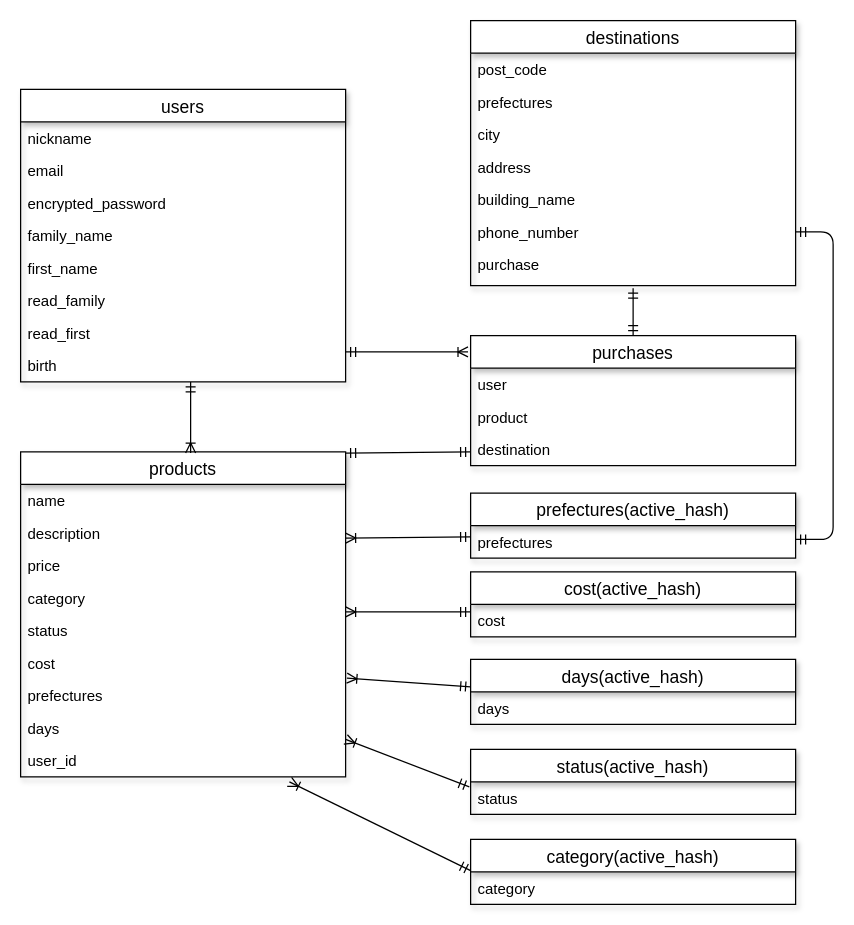
Earlier version of the draw.io diagram test.dio (mt1107056/furima-34768). Source tidied: cells renumbered, new cells numbered last; positions are measured from the earlier drawing's top-left corner, leaving out a move shared by most shapes. Both pictures are drawn from the tidied source at 125%, with x=0, y=0 at pixel (20, 20).
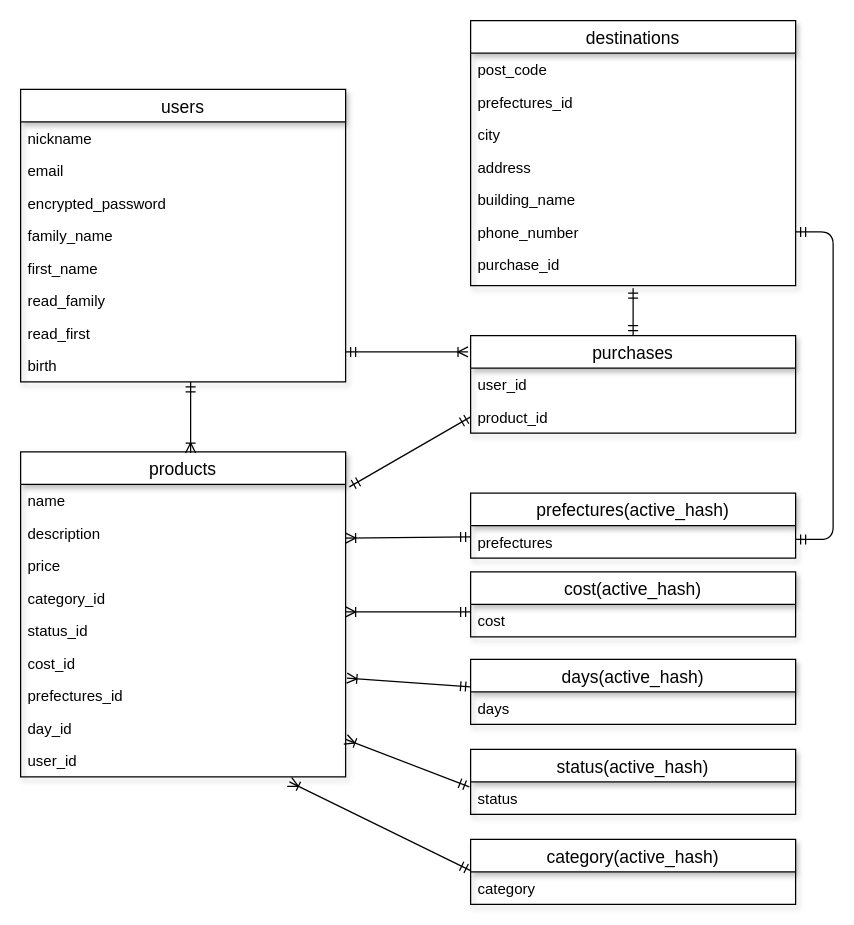
Above is the later version.

Commit message (it also covers changes not shown here):
テーブル設計（修正②）

The change refers to these unchanged cells:
```xml
<mxCell id="11" value="products" style="swimlane;fontStyle=0;horizontal=1;startSize=26;align=center;fontSize=14;shadow=1;" parent="1" vertex="1">
  <mxGeometry y="345" width="260" height="260" as="geometry" />
</mxCell>
<mxCell id="22" value="destinations" style="swimlane;fontStyle=0;horizontal=1;startSize=26;align=center;fontSize=14;shadow=1;" parent="1" vertex="1">
  <mxGeometry x="360" width="260" height="212" as="geometry" />
</mxCell>
```

What changed in the source:
```diff
@@
-    <mxCell id="15" value="category" style="text;strokeColor=none;fillColor=none;spacingLeft=4;spacingRight=4;overflow=hidden;fontSize=12;" parent="11" vertex="1">
+    <mxCell id="15" value="category_id" style="text;strokeColor=none;fillColor=none;spacingLeft=4;spacingRight=4;overflow=hidden;fontSize=12;" parent="11" vertex="1">
       <mxGeometry y="104" width="260" height="26" as="geometry" />
     </mxCell>
-    <mxCell id="16" value="status" style="text;strokeColor=none;fillColor=none;spacingLeft=4;spacingRight=4;overflow=hidden;fontSize=12;" parent="11" vertex="1">
+    <mxCell id="16" value="status_id" style="text;strokeColor=none;fillColor=none;spacingLeft=4;spacingRight=4;overflow=hidden;fontSize=12;" parent="11" vertex="1">
       <mxGeometry y="130" width="260" height="26" as="geometry" />
     </mxCell>
-    <mxCell id="17" value="cost" style="text;strokeColor=none;fillColor=none;spacingLeft=4;spacingRight=4;overflow=hidden;fontSize=12;" parent="11" vertex="1">
+    <mxCell id="17" value="cost_id" style="text;strokeColor=none;fillColor=none;spacingLeft=4;spacingRight=4;overflow=hidden;fontSize=12;" parent="11" vertex="1">
       <mxGeometry y="156" width="260" height="26" as="geometry" />
     </mxCell>
-    <mxCell id="18" value="prefectures" style="text;strokeColor=none;fillColor=none;spacingLeft=4;spacingRight=4;overflow=hidden;fontSize=12;" parent="11" vertex="1">
+    <mxCell id="18" value="prefectures_id" style="text;strokeColor=none;fillColor=none;spacingLeft=4;spacingRight=4;overflow=hidden;fontSize=12;" parent="11" vertex="1">
       <mxGeometry y="182" width="260" height="26" as="geometry" />
     </mxCell>
-    <mxCell id="19" value="days" style="text;strokeColor=none;fillColor=none;spacingLeft=4;spacingRight=4;overflow=hidden;fontSize=12;" parent="11" vertex="1">
+    <mxCell id="19" value="day_id" style="text;strokeColor=none;fillColor=none;spacingLeft=4;spacingRight=4;overflow=hidden;fontSize=12;" parent="11" vertex="1">
       <mxGeometry y="208" width="260" height="26" as="geometry" />
     </mxCell>
@@
-    <mxCell id="24" value="prefectures" style="text;strokeColor=none;fillColor=none;spacingLeft=4;spacingRight=4;overflow=hidden;fontSize=12;" parent="22" vertex="1">
+    <mxCell id="24" value="prefectures_id" style="text;strokeColor=none;fillColor=none;spacingLeft=4;spacingRight=4;overflow=hidden;fontSize=12;" parent="22" vertex="1">
       <mxGeometry y="52" width="260" height="26" as="geometry" />
     </mxCell>
@@
-    <mxCell id="29" value="purchase" style="text;strokeColor=none;fillColor=none;spacingLeft=4;spacingRight=4;overflow=hidden;fontSize=12;" parent="22" vertex="1">
+    <mxCell id="29" value="purchase_id" style="text;strokeColor=none;fillColor=none;spacingLeft=4;spacingRight=4;overflow=hidden;fontSize=12;" parent="22" vertex="1">
       <mxGeometry y="182" width="260" height="30" as="geometry" />
     </mxCell>
     <mxCell id="30" value="purchases" style="swimlane;fontStyle=0;horizontal=1;startSize=26;align=center;fontSize=14;shadow=1;" parent="1" vertex="1">
-      <mxGeometry x="360" y="252" width="260" height="104" as="geometry" />
+      <mxGeometry x="360" y="252" width="260" height="78" as="geometry" />
     </mxCell>
-    <mxCell id="31" value="user" style="text;strokeColor=none;fillColor=none;spacingLeft=4;spacingRight=4;overflow=hidden;fontSize=12;" parent="30" vertex="1">
+    <mxCell id="31" value="user_id" style="text;strokeColor=none;fillColor=none;spacingLeft=4;spacingRight=4;overflow=hidden;fontSize=12;" parent="30" vertex="1">
       <mxGeometry y="26" width="260" height="26" as="geometry" />
     </mxCell>
-    <mxCell id="32" value="product" style="text;strokeColor=none;fillColor=none;spacingLeft=4;spacingRight=4;overflow=hidden;points=[[0,0.5],[1,0.5]];portConstraint=eastwest;fontSize=12;" parent="30" vertex="1">
+    <mxCell id="32" value="product_id" style="text;strokeColor=none;fillColor=none;spacingLeft=4;spacingRight=4;overflow=hidden;points=[[0,0.5],[1,0.5]];portConstraint=eastwest;fontSize=12;" parent="30" vertex="1">
       <mxGeometry y="52" width="260" height="26" as="geometry" />
     </mxCell>
-    <mxCell id="33" value="destination" style="text;strokeColor=none;fillColor=none;spacingLeft=4;spacingRight=4;overflow=hidden;fontSize=12;" parent="30" vertex="1">
-      <mxGeometry y="78" width="260" height="26" as="geometry" />
-    </mxCell>
@@
-    <mxCell id="52" style="endArrow=ERmandOne;html=1;rounded=0;startArrow=ERmandOne;startFill=0;endFill=0;entryX=0;entryY=0.5;entryDx=0;entryDy=0;" parent="1" edge="1">
+    <mxCell id="52" style="endArrow=ERmandOne;html=1;rounded=0;startArrow=ERmandOne;startFill=0;endFill=0;entryX=0;entryY=0.5;entryDx=0;entryDy=0;" parent="1" edge="1" target="32">
       <mxGeometry relative="1" as="geometry">
-        <mxPoint x="260" y="346" as="sourcePoint" />
-        <mxPoint x="360" y="345" as="targetPoint" />
+        <mxPoint x="263" y="373" as="sourcePoint" />
       </mxGeometry>
     </mxCell>
```
